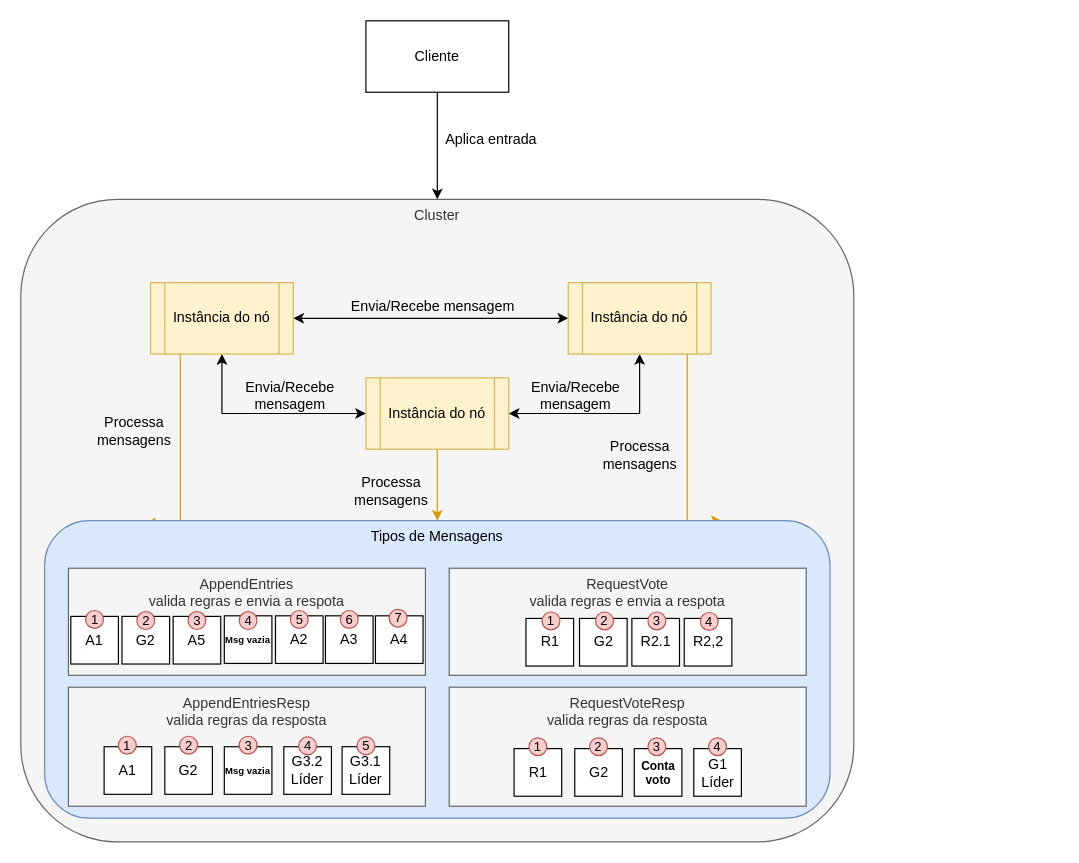
The draw.io diagram docs/clientServer.drawio in lpdoss/luaRaft, before the edit. Source tidied: cells renumbered, new cells numbered last; positions are measured from the earlier drawing's top-left corner, leaving out a move shared by most shapes. Both pictures are drawn from the tidied source at 119%, with x=0, y=0 at pixel (20, 20).
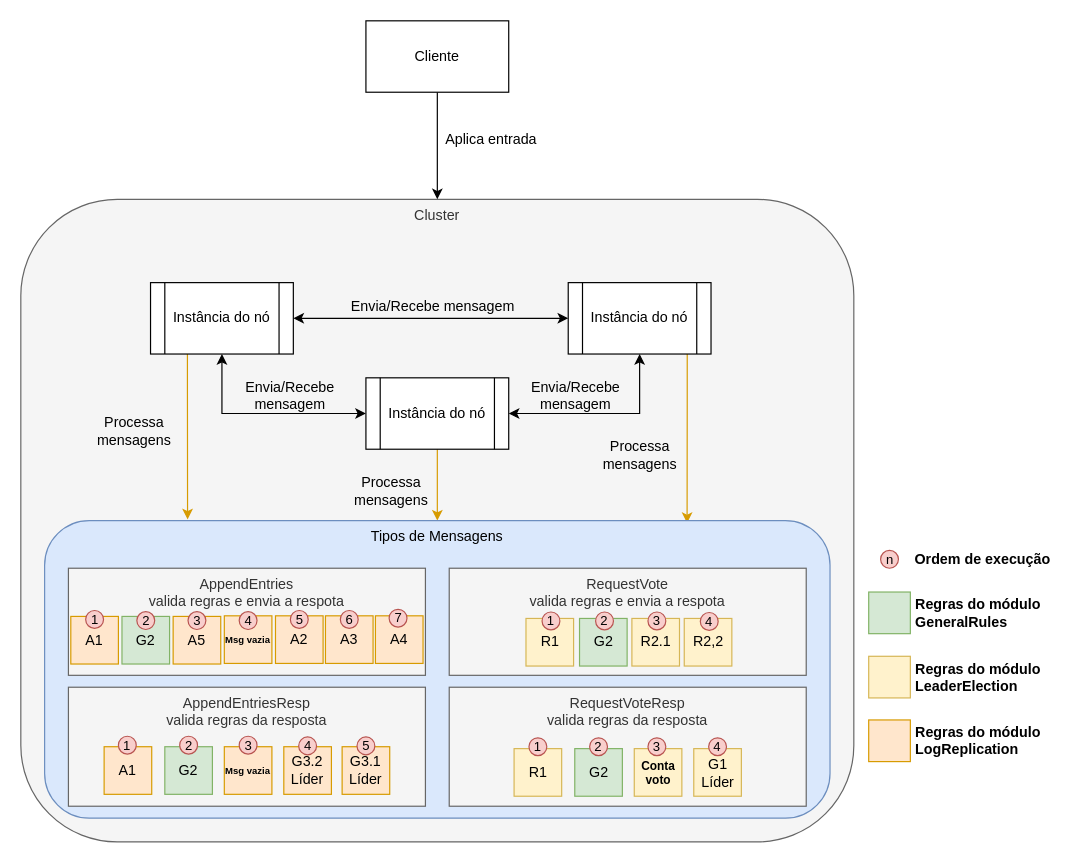
The same diagram, later.

The change refers to these unchanged cells:
```xml
<mxCell id="15" value="Tipos de Mensagens" style="rounded=1;whiteSpace=wrap;html=1;verticalAlign=top;fillColor=#dae8fc;strokeColor=#6c8ebf;" parent="1" vertex="1">
  <mxGeometry x="20" y="420" width="660" height="250" as="geometry" />
</mxCell>
```

The edit, as a diff of the source:
```diff
@@
-    <mxCell id="5" style="edgeStyle=orthogonalEdgeStyle;rounded=0;jettySize=auto;html=1;entryX=0.128;entryY=0.008;entryDx=0;entryDy=0;entryPerimeter=0;startArrow=none;startFill=0;fillColor=#ffe6cc;strokeColor=#d79b00;" parent="1" edge="1" source="6" target="15">
+    <mxCell id="5" style="edgeStyle=orthogonalEdgeStyle;rounded=0;jettySize=auto;html=1;startArrow=none;startFill=0;fillColor=#ffe6cc;strokeColor=#d79b00;entryX=0.182;entryY=-0.004;entryDx=0;entryDy=0;entryPerimeter=0;" parent="1" edge="1" source="6" target="15">
       <mxGeometry relative="1" as="geometry">
         <Array as="points">
-          <mxPoint x="134" y="320" />
-          <mxPoint x="134" y="320" />
+          <mxPoint x="140" y="310" />
+          <mxPoint x="140" y="310" />
         </Array>
       </mxGeometry>
     </mxCell>
-    <mxCell id="6" value="Instância do nó" style="shape=process;whiteSpace=wrap;html=1;backgroundOutline=1;fillColor=#fff2cc;strokeColor=#d6b656;" parent="1" vertex="1">
+    <mxCell id="6" value="Instância do nó" style="shape=process;whiteSpace=wrap;html=1;backgroundOutline=1;" parent="1" vertex="1">
       <mxGeometry x="109" y="220" width="120" height="60" as="geometry" />
     </mxCell>
@@
-    <mxCell id="8" value="Instância do nó" style="shape=process;whiteSpace=wrap;html=1;backgroundOutline=1;fillColor=#fff2cc;strokeColor=#d6b656;" parent="1" vertex="1">
+    <mxCell id="8" value="Instância do nó" style="shape=process;whiteSpace=wrap;html=1;backgroundOutline=1;" parent="1" vertex="1">
       <mxGeometry x="290" y="300" width="120" height="60" as="geometry" />
     </mxCell>
@@
-    <mxCell id="10" style="edgeStyle=orthogonalEdgeStyle;rounded=0;jettySize=auto;html=1;entryX=0.862;entryY=0;entryDx=0;entryDy=0;entryPerimeter=0;startArrow=none;startFill=0;fillColor=#ffe6cc;strokeColor=#d79b00;" parent="1" edge="1" source="11" target="15">
+    <mxCell id="10" style="edgeStyle=orthogonalEdgeStyle;rounded=0;jettySize=auto;html=1;entryX=0.818;entryY=0.008;entryDx=0;entryDy=0;entryPerimeter=0;startArrow=none;startFill=0;fillColor=#ffe6cc;strokeColor=#d79b00;" parent="1" edge="1" source="11" target="15">
       <mxGeometry relative="1" as="geometry">
         <Array as="points">
           <mxPoint x="560" y="320" />
           <mxPoint x="560" y="320" />
         </Array>
       </mxGeometry>
     </mxCell>
-    <mxCell id="11" value="Instância do nó" style="shape=process;whiteSpace=wrap;html=1;backgroundOutline=1;fillColor=#fff2cc;strokeColor=#d6b656;" parent="1" vertex="1">
+    <mxCell id="11" value="Instância do nó" style="shape=process;whiteSpace=wrap;html=1;backgroundOutline=1;" parent="1" vertex="1">
       <mxGeometry x="460" y="220" width="120" height="60" as="geometry" />
     </mxCell>
@@
-    <mxCell id="19" value="A3" style="rounded=0;whiteSpace=wrap;html=1;" parent="1" vertex="1">
+    <mxCell id="19" value="A3" style="rounded=0;whiteSpace=wrap;html=1;fillColor=#ffe6cc;strokeColor=#d79b00;" parent="1" vertex="1">
       <mxGeometry x="256" y="500" width="40" height="40" as="geometry" />
     </mxCell>
-    <mxCell id="20" value="A5" style="rounded=0;whiteSpace=wrap;html=1;" parent="1" vertex="1">
+    <mxCell id="20" value="A5" style="rounded=0;whiteSpace=wrap;html=1;fillColor=#ffe6cc;strokeColor=#d79b00;" parent="1" vertex="1">
       <mxGeometry x="128" y="500.5" width="40" height="40" as="geometry" />
     </mxCell>
-    <mxCell id="21" value="G3.1&lt;br&gt;Líder" style="rounded=0;whiteSpace=wrap;html=1;" parent="1" vertex="1">
+    <mxCell id="21" value="G3.1&lt;br&gt;Líder" style="rounded=0;whiteSpace=wrap;html=1;fillColor=#ffe6cc;strokeColor=#d79b00;" parent="1" vertex="1">
       <mxGeometry x="270" y="610" width="40" height="40" as="geometry" />
     </mxCell>
-    <mxCell id="22" value="A1" style="rounded=0;whiteSpace=wrap;html=1;" parent="1" vertex="1">
+    <mxCell id="22" value="A1" style="rounded=0;whiteSpace=wrap;html=1;fillColor=#ffe6cc;strokeColor=#d79b00;" parent="1" vertex="1">
       <mxGeometry x="70" y="610" width="40" height="40" as="geometry" />
     </mxCell>
-    <mxCell id="23" value="G2" style="rounded=0;whiteSpace=wrap;html=1;" parent="1" vertex="1">
+    <mxCell id="23" value="G2" style="rounded=0;whiteSpace=wrap;html=1;fillColor=#d5e8d4;strokeColor=#82b366;" parent="1" vertex="1">
       <mxGeometry x="121" y="610" width="40" height="40" as="geometry" />
     </mxCell>
-    <mxCell id="24" value="Msg vazia" style="rounded=0;whiteSpace=wrap;html=1;fontSize=8;fontStyle=1;" parent="1" vertex="1">
+    <mxCell id="24" value="Msg vazia" style="rounded=0;whiteSpace=wrap;html=1;fontSize=8;fontStyle=1;fillColor=#ffe6cc;strokeColor=#d79b00;" parent="1" vertex="1">
       <mxGeometry x="171" y="610" width="40" height="40" as="geometry" />
     </mxCell>
-    <mxCell id="25" value="G3.2&lt;br&gt;Líder" style="rounded=0;whiteSpace=wrap;html=1;" parent="1" vertex="1">
+    <mxCell id="25" value="G3.2&lt;br&gt;Líder" style="rounded=0;whiteSpace=wrap;html=1;fillColor=#ffe6cc;strokeColor=#d79b00;" parent="1" vertex="1">
       <mxGeometry x="221" y="610" width="40" height="40" as="geometry" />
     </mxCell>
-    <mxCell id="26" value="R1" style="rounded=0;whiteSpace=wrap;html=1;" parent="1" vertex="1">
+    <mxCell id="26" value="R1" style="rounded=0;whiteSpace=wrap;html=1;fillColor=#fff2cc;strokeColor=#d6b656;" parent="1" vertex="1">
       <mxGeometry x="414.5" y="611.6" width="40" height="40" as="geometry" />
     </mxCell>
-    <mxCell id="27" value="G2" style="rounded=0;whiteSpace=wrap;html=1;" parent="1" vertex="1">
+    <mxCell id="27" value="G2" style="rounded=0;whiteSpace=wrap;html=1;fillColor=#d5e8d4;strokeColor=#82b366;" parent="1" vertex="1">
       <mxGeometry x="465.5" y="611.6" width="40" height="40" as="geometry" />
     </mxCell>
-    <mxCell id="28" value="Conta voto" style="rounded=0;whiteSpace=wrap;html=1;fontSize=10;fontStyle=1;" parent="1" vertex="1">
+    <mxCell id="28" value="Conta voto" style="rounded=0;whiteSpace=wrap;html=1;fontSize=10;fontStyle=1;fillColor=#fff2cc;strokeColor=#d6b656;" parent="1" vertex="1">
       <mxGeometry x="515.5" y="611.6" width="40" height="40" as="geometry" />
     </mxCell>
-    <mxCell id="29" value="G1&lt;br&gt;Líder" style="rounded=0;whiteSpace=wrap;html=1;" parent="1" vertex="1">
+    <mxCell id="29" value="G1&lt;br&gt;Líder" style="rounded=0;whiteSpace=wrap;html=1;fillColor=#fff2cc;strokeColor=#d6b656;" parent="1" vertex="1">
       <mxGeometry x="565.5" y="611.6" width="40" height="40" as="geometry" />
     </mxCell>
@@
-    <mxCell id="36" value="A1" style="rounded=0;whiteSpace=wrap;html=1;" parent="1" vertex="1">
+    <mxCell id="36" value="A1" style="rounded=0;whiteSpace=wrap;html=1;fillColor=#ffe6cc;strokeColor=#d79b00;" parent="1" vertex="1">
       <mxGeometry x="42" y="500.5" width="40" height="40" as="geometry" />
     </mxCell>
-    <mxCell id="37" value="G2" style="rounded=0;whiteSpace=wrap;html=1;" parent="1" vertex="1">
+    <mxCell id="37" value="G2" style="rounded=0;whiteSpace=wrap;html=1;fillColor=#d5e8d4;strokeColor=#82b366;" parent="1" vertex="1">
       <mxGeometry x="85" y="500.5" width="40" height="40" as="geometry" />
     </mxCell>
-    <mxCell id="38" value="A2" style="rounded=0;whiteSpace=wrap;html=1;" parent="1" vertex="1">
+    <mxCell id="38" value="A2" style="rounded=0;whiteSpace=wrap;html=1;fillColor=#ffe6cc;strokeColor=#d79b00;" parent="1" vertex="1">
       <mxGeometry x="214" y="500" width="40" height="40" as="geometry" />
     </mxCell>
-    <mxCell id="39" value="A4" style="rounded=0;whiteSpace=wrap;html=1;" parent="1" vertex="1">
+    <mxCell id="39" value="A4" style="rounded=0;whiteSpace=wrap;html=1;fillColor=#ffe6cc;strokeColor=#d79b00;" parent="1" vertex="1">
       <mxGeometry x="298" y="500" width="40" height="40" as="geometry" />
     </mxCell>
@@
-    <mxCell id="41" value="R2.1" style="rounded=0;whiteSpace=wrap;html=1;" parent="1" vertex="1">
+    <mxCell id="41" value="R2.1" style="rounded=0;whiteSpace=wrap;html=1;fillColor=#fff2cc;strokeColor=#d6b656;" parent="1" vertex="1">
       <mxGeometry x="513.5" y="502.2" width="40" height="40" as="geometry" />
     </mxCell>
-    <mxCell id="42" value="R1" style="rounded=0;whiteSpace=wrap;html=1;" parent="1" vertex="1">
+    <mxCell id="42" value="R1" style="rounded=0;whiteSpace=wrap;html=1;fillColor=#fff2cc;strokeColor=#d6b656;" parent="1" vertex="1">
       <mxGeometry x="424.5" y="502.2" width="40" height="40" as="geometry" />
     </mxCell>
-    <mxCell id="43" value="G2" style="rounded=0;whiteSpace=wrap;html=1;" parent="1" vertex="1">
+    <mxCell id="43" value="G2" style="rounded=0;whiteSpace=wrap;html=1;fillColor=#d5e8d4;strokeColor=#82b366;" parent="1" vertex="1">
       <mxGeometry x="469.5" y="502.2" width="40" height="40" as="geometry" />
     </mxCell>
-    <mxCell id="44" value="R2,2" style="rounded=0;whiteSpace=wrap;html=1;" parent="1" vertex="1">
+    <mxCell id="44" value="R2,2" style="rounded=0;whiteSpace=wrap;html=1;fillColor=#fff2cc;strokeColor=#d6b656;" parent="1" vertex="1">
       <mxGeometry x="557.5" y="502.2" width="40" height="40" as="geometry" />
     </mxCell>
@@
-    <mxCell id="62" value="Msg vazia" style="rounded=0;whiteSpace=wrap;html=1;fontSize=8;fontStyle=1;" parent="1" vertex="1">
+    <mxCell id="62" value="Msg vazia" style="rounded=0;whiteSpace=wrap;html=1;fontSize=8;fontStyle=1;fillColor=#ffe6cc;strokeColor=#d79b00;" parent="1" vertex="1">
       <mxGeometry x="171" y="500" width="40" height="40" as="geometry" />
     </mxCell>
@@
+    <mxCell id="66" style="rounded=0;whiteSpace=wrap;html=1;fillColor=#d5e8d4;strokeColor=#82b366;" parent="1" vertex="1">
+      <mxGeometry x="712.5" y="480" width="35" height="35" as="geometry" />
+    </mxCell>
+    <mxCell id="67" value="Regras do módulo &lt;br&gt;GeneralRules" style="text;html=1;align=left;verticalAlign=middle;fontStyle=1;" parent="1" vertex="1">
+      <mxGeometry x="750" y="482.5" width="120" height="30" as="geometry" />
+    </mxCell>
+    <mxCell id="68" style="rounded=0;whiteSpace=wrap;html=1;fillColor=#fff2cc;strokeColor=#d6b656;fontStyle=0;" parent="1" vertex="1">
+      <mxGeometry x="712.5" y="534" width="35" height="35" as="geometry" />
+    </mxCell>
+    <mxCell id="69" value="Regras do módulo &lt;br&gt;LeaderElection" style="text;html=1;align=left;verticalAlign=middle;fontStyle=1;" parent="1" vertex="1">
+      <mxGeometry x="750" y="536.5" width="120" height="30" as="geometry" />
+    </mxCell>
+    <mxCell id="70" style="rounded=0;whiteSpace=wrap;html=1;fillColor=#ffe6cc;strokeColor=#d79b00;" parent="1" vertex="1">
+      <mxGeometry x="712.5" y="587.5" width="35" height="35" as="geometry" />
+    </mxCell>
+    <mxCell id="71" value="Regras do módulo &lt;br&gt;LogReplication" style="text;html=1;align=left;verticalAlign=middle;fontStyle=1;" parent="1" vertex="1">
+      <mxGeometry x="750" y="590" width="120" height="30" as="geometry" />
+    </mxCell>
+    <mxCell id="72" value="n" style="ellipse;whiteSpace=wrap;html=1;align=center;fontSize=11;fillColor=#f8cecc;strokeColor=#b85450;" parent="1" vertex="1">
+      <mxGeometry x="722.5" y="445" width="15" height="15" as="geometry" />
+    </mxCell>
+    <mxCell id="73" value="Ordem de execução" style="text;html=1;align=center;verticalAlign=middle;fontStyle=1;" parent="1" vertex="1">
+      <mxGeometry x="742.5" y="442.5" width="130" height="20" as="geometry" />
+    </mxCell>
```
